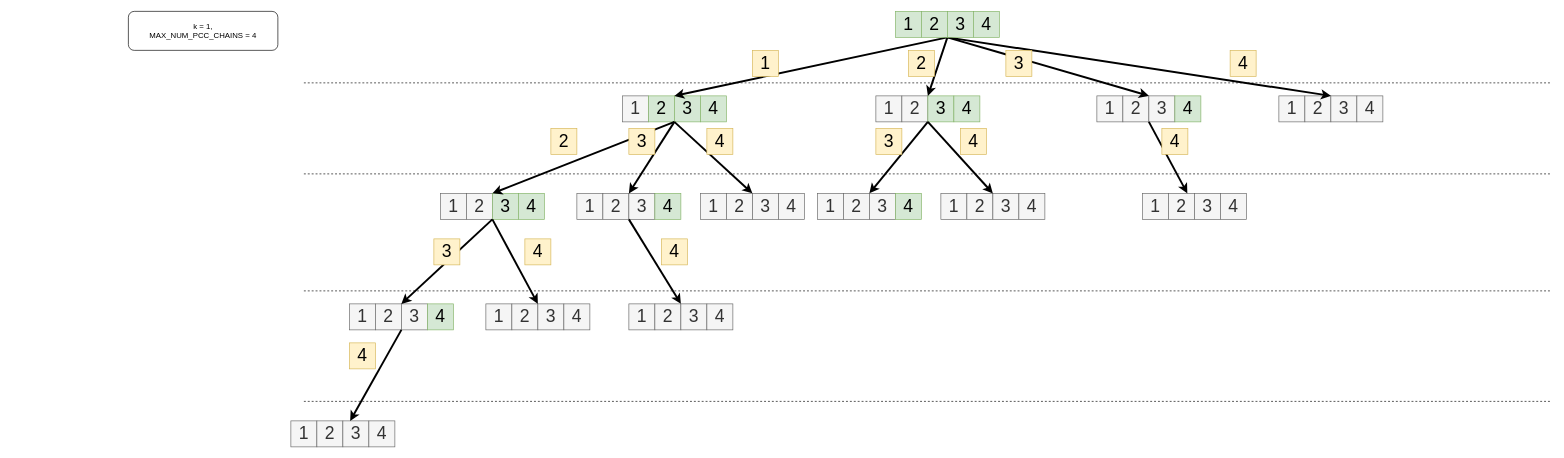
PQMeng/draw.io-source-files keeps this draw.io diagram as page "Solution_Space_Tree_Original" (4 of 4) of PCC_dynamic_selection.drawio. Above is the earlier version. Source tidied: cells renumbered, new cells numbered last; positions are measured from the earlier drawing's top-left corner, leaving out a move shared by most shapes. Both pictures are drawn from the tidied source at 65%, with x=0, y=0 at pixel (128, 11).
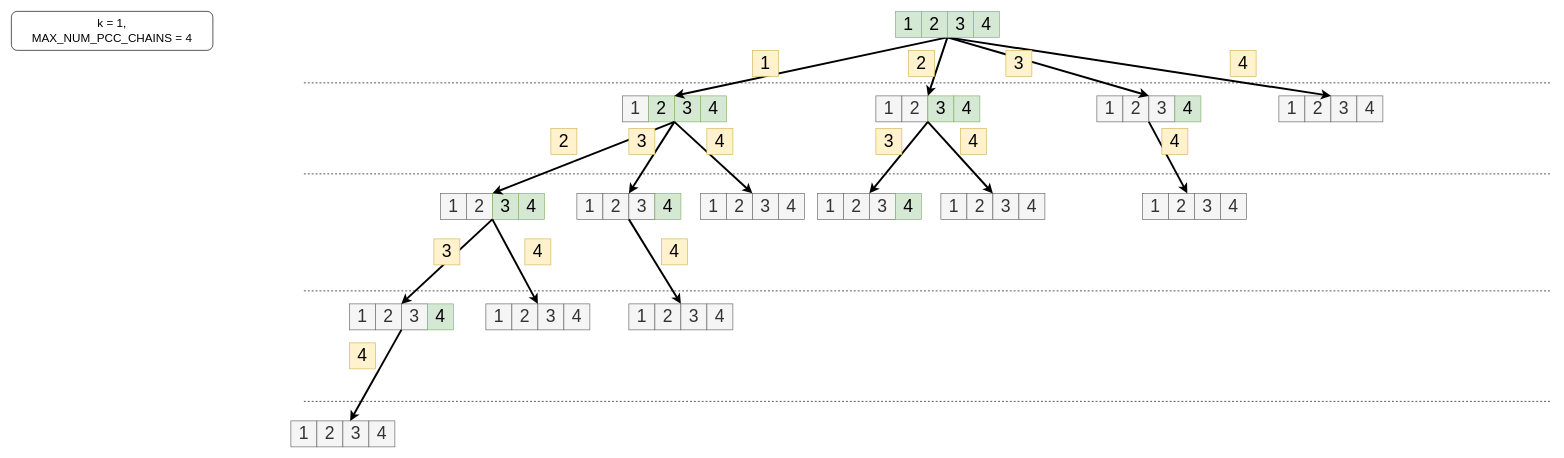
The same page after the edit.

Change to the diagram source:
```diff
@@
-    <mxCell id="80" value="&lt;div&gt;k = 1,&lt;/div&gt;&lt;div&gt;MAX_NUM_PCC_CHAINS = 4&lt;br&gt;&lt;/div&gt;" style="rounded=1;whiteSpace=wrap;html=1;" parent="1" vertex="1">
-      <mxGeometry width="230" height="60" as="geometry" />
+    <mxCell id="80" value="&lt;div style=&quot;font-size: 18px;&quot;&gt;k = 1,&lt;/div&gt;&lt;div style=&quot;font-size: 18px;&quot;&gt;MAX_NUM_PCC_CHAINS = 4&lt;br style=&quot;font-size: 18px;&quot;&gt;&lt;/div&gt;" style="rounded=1;whiteSpace=wrap;html=1;fontSize=18;" parent="1" vertex="1">
+      <mxGeometry x="-180" width="310" height="60" as="geometry" />
     </mxCell>
```
